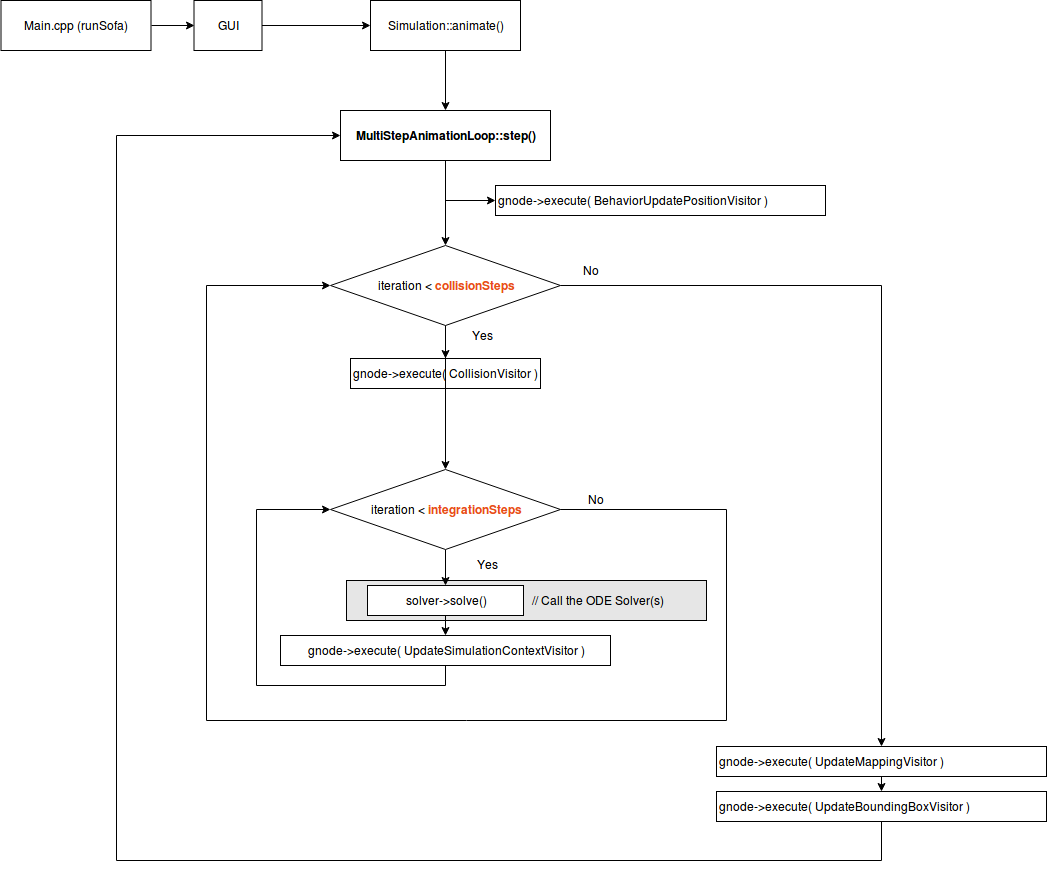
This is Images/animationloop/MultiStepAnimationLoop.png from sofa-framework/doc, a draw.io export, as it was before one commit. Source tidied: cells renumbered, new cells last; positions are measured from the earlier drawing's top-left corner, leaving out a move shared by most shapes.
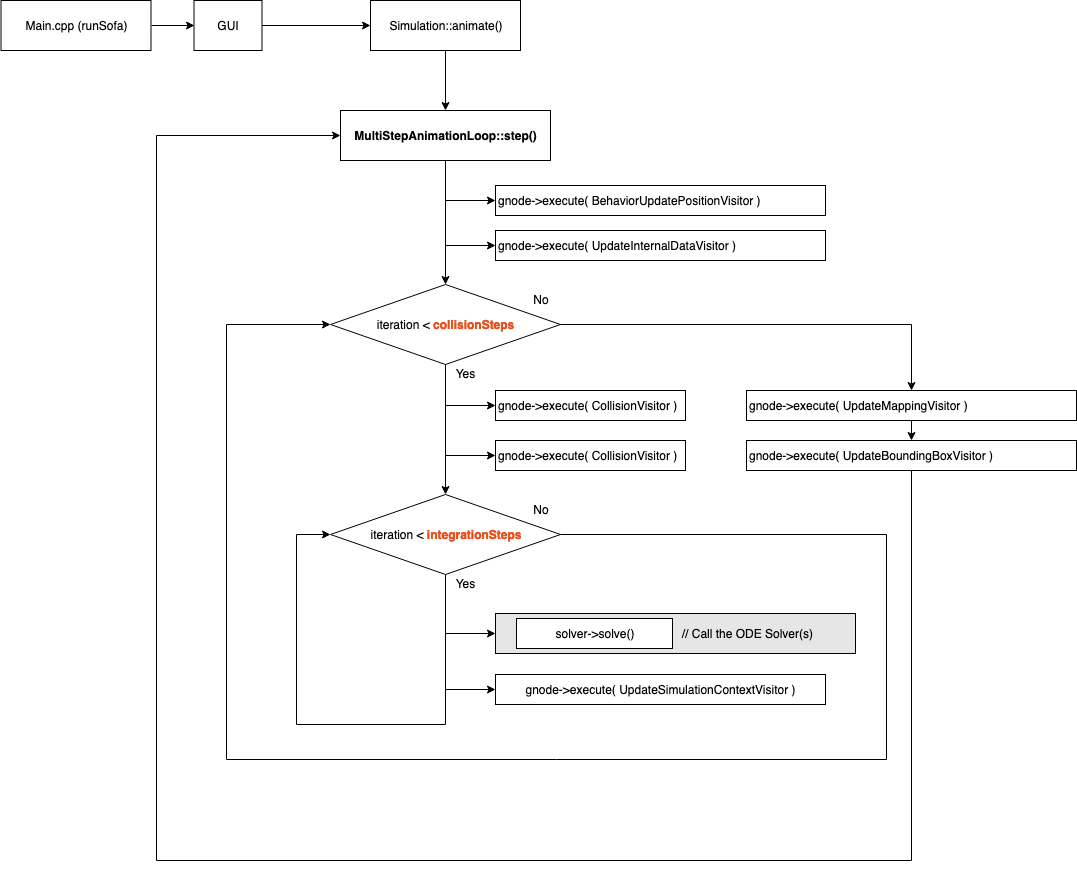
The same diagram one commit later.

Commit message:
update animation loops with internal update

Diff of the diagram source:
```diff
@@ -3,7 +3,7 @@
     <mxCell id="0" />
     <mxCell id="1" parent="0" />
     <mxCell id="2" value="&lt;blockquote&gt;&lt;div align=&quot;right&quot;&gt;// Call the ODE Solver(s)&lt;br&gt;&lt;/div&gt;&lt;/blockquote&gt;" style="rounded=0;whiteSpace=wrap;html=1;fillColor=#E6E6E6;align=right;" parent="1" vertex="1">
-      <mxGeometry x="346" y="580" width="360" height="40" as="geometry" />
+      <mxGeometry x="495" y="613" width="360" height="40" as="geometry" />
     </mxCell>
     <mxCell id="3" style="edgeStyle=orthogonalEdgeStyle;rounded=0;jettySize=auto;html=1;exitX=0.5;exitY=1;exitDx=0;exitDy=0;entryX=0;entryY=0.5;entryDx=0;entryDy=0;" parent="1" edge="1" source="5" target="6">
       <mxGeometry relative="1" as="geometry" />
@@ -11,29 +11,33 @@
     <mxCell id="4" style="edgeStyle=orthogonalEdgeStyle;rounded=0;jettySize=auto;html=1;entryX=0.5;entryY=0;entryDx=0;entryDy=0;" parent="1" edge="1" source="5" target="25">
       <mxGeometry relative="1" as="geometry" />
     </mxCell>
+    <mxCell id="33" style="edgeStyle=orthogonalEdgeStyle;rounded=0;jettySize=auto;html=1;entryX=0;entryY=0.5;entryDx=0;entryDy=0;" parent="1" edge="1" source="5" target="37">
+      <mxGeometry relative="1" as="geometry" />
+    </mxCell>
     <mxCell id="5" value="&lt;div&gt;MultiStepAnimationLoop::step()&lt;/div&gt;" style="rounded=0;whiteSpace=wrap;html=1;fontStyle=1;" parent="1" vertex="1">
       <mxGeometry x="340" y="110" width="210" height="50" as="geometry" />
     </mxCell>
     <mxCell id="6" value="gnode-&amp;gt;execute( BehaviorUpdatePositionVisitor )" style="rounded=0;whiteSpace=wrap;html=1;align=left;" parent="1" vertex="1">
       <mxGeometry x="495" y="185" width="330" height="30" as="geometry" />
     </mxCell>
-    <mxCell id="7" style="edgeStyle=orthogonalEdgeStyle;rounded=0;jettySize=auto;html=1;exitX=0.5;exitY=1;exitDx=0;exitDy=0;entryX=0;entryY=0.5;entryDx=0;entryDy=0;" parent="1" edge="1" source="8" target="30">
+    <mxCell id="7" style="edgeStyle=orthogonalEdgeStyle;rounded=0;jettySize=auto;html=1;entryX=0;entryY=0.5;entryDx=0;entryDy=0;" parent="1" edge="1" target="30">
       <mxGeometry relative="1" as="geometry">
+        <mxPoint x="445" y="580" as="sourcePoint" />
         <Array as="points">
-          <mxPoint x="445" y="685" />
-          <mxPoint x="256" y="685" />
-          <mxPoint x="256" y="509" />
+          <mxPoint x="445" y="724" />
+          <mxPoint x="296" y="724" />
+          <mxPoint x="296" y="534" />
         </Array>
       </mxGeometry>
     </mxCell>
     <mxCell id="8" value="&lt;div&gt;gnode-&amp;gt;execute( UpdateSimulationContextVisitor )&lt;/div&gt;" style="rounded=0;whiteSpace=wrap;html=1;align=center;" parent="1" vertex="1">
-      <mxGeometry x="280" y="635" width="330" height="30" as="geometry" />
+      <mxGeometry x="495" y="674" width="330" height="30" as="geometry" />
     </mxCell>
     <mxCell id="9" style="edgeStyle=orthogonalEdgeStyle;rounded=0;jettySize=auto;html=1;exitX=0.5;exitY=1;exitDx=0;exitDy=0;entryX=0.5;entryY=0;entryDx=0;entryDy=0;" parent="1" edge="1" source="10" target="21">
       <mxGeometry relative="1" as="geometry" />
     </mxCell>
     <mxCell id="10" value="&lt;div&gt;gnode-&amp;gt;execute( UpdateMappingVisitor )&lt;/div&gt;" style="rounded=0;whiteSpace=wrap;html=1;align=left;" parent="1" vertex="1">
-      <mxGeometry x="716" y="746" width="330" height="30" as="geometry" />
+      <mxGeometry x="746" y="390" width="330" height="30" as="geometry" />
     </mxCell>
     <mxCell id="11" style="edgeStyle=orthogonalEdgeStyle;rounded=0;jettySize=auto;html=1;entryX=0.5;entryY=0;entryDx=0;entryDy=0;" parent="1" edge="1" source="12" target="5">
       <mxGeometry relative="1" as="geometry" />
@@ -53,66 +57,75 @@
     <mxCell id="16" value="&lt;div&gt;GUI&lt;/div&gt;" style="rounded=0;whiteSpace=wrap;html=1;" parent="1" vertex="1">
       <mxGeometry x="193.5" width="68" height="50" as="geometry" />
     </mxCell>
+    <mxCell id="34" style="edgeStyle=orthogonalEdgeStyle;rounded=0;jettySize=auto;html=1;exitX=0.5;exitY=1;exitDx=0;exitDy=0;entryX=0;entryY=0.5;entryDx=0;entryDy=0;" parent="1" edge="1" source="25" target="35">
+      <mxGeometry relative="1" as="geometry" />
+    </mxCell>
     <mxCell id="17" value="&lt;div&gt;gnode-&amp;gt;execute( CollisionVisitor )&lt;/div&gt;" style="rounded=0;whiteSpace=wrap;html=1;align=left;" parent="1" vertex="1">
-      <mxGeometry x="350" y="358" width="190" height="30" as="geometry" />
+      <mxGeometry x="495" y="390" width="190" height="30" as="geometry" />
     </mxCell>
-    <mxCell id="18" style="edgeStyle=orthogonalEdgeStyle;rounded=0;jettySize=auto;html=1;exitX=0.5;exitY=1;exitDx=0;exitDy=0;entryX=0.5;entryY=0;entryDx=0;entryDy=0;" parent="1" edge="1" source="19" target="8">
-      <mxGeometry relative="1" as="geometry" />
-    </mxCell>
+    <mxCell id="35" value="&lt;div&gt;gnode-&amp;gt;execute( CollisionVisitor )&lt;/div&gt;" style="rounded=0;whiteSpace=wrap;html=1;align=left;" parent="1" vertex="1">
+      <mxGeometry x="495" y="440" width="190" height="30" as="geometry" />
+    </mxCell>
     <mxCell id="19" value="&lt;div&gt;&lt;div&gt;solver-&amp;gt;solve()&lt;/div&gt;&lt;/div&gt;" style="rounded=0;whiteSpace=wrap;html=1;align=center;" parent="1" vertex="1">
-      <mxGeometry x="367" y="585" width="156" height="30" as="geometry" />
+      <mxGeometry x="516" y="618" width="156" height="30" as="geometry" />
     </mxCell>
     <mxCell id="20" style="edgeStyle=orthogonalEdgeStyle;rounded=0;jettySize=auto;html=1;exitX=0.5;exitY=1;exitDx=0;exitDy=0;entryX=0;entryY=0.5;entryDx=0;entryDy=0;" parent="1" edge="1" source="21" target="5">
       <mxGeometry relative="1" as="geometry">
         <Array as="points">
-          <mxPoint x="881" y="860" />
-          <mxPoint x="116" y="860" />
-          <mxPoint x="116" y="135" />
+          <mxPoint x="911" y="860" />
+          <mxPoint x="156" y="860" />
+          <mxPoint x="156" y="135" />
         </Array>
       </mxGeometry>
     </mxCell>
     <mxCell id="21" value="&lt;div&gt;gnode-&amp;gt;execute( UpdateBoundingBoxVisitor )&lt;/div&gt;" style="rounded=0;whiteSpace=wrap;html=1;align=left;" parent="1" vertex="1">
-      <mxGeometry x="716" y="791" width="330" height="30" as="geometry" />
+      <mxGeometry x="746" y="440" width="330" height="30" as="geometry" />
     </mxCell>
-    <mxCell id="22" style="edgeStyle=orthogonalEdgeStyle;rounded=0;jettySize=auto;html=1;entryX=0.5;entryY=0;entryDx=0;entryDy=0;" parent="1" edge="1" source="25" target="17">
+    <mxCell id="22" style="edgeStyle=orthogonalEdgeStyle;rounded=0;jettySize=auto;html=1;entryX=0;entryY=0.5;entryDx=0;entryDy=0;" parent="1" edge="1" source="25" target="17">
       <mxGeometry relative="1" as="geometry" />
     </mxCell>
+    <mxCell id="24" style="edgeStyle=orthogonalEdgeStyle;rounded=0;jettySize=auto;html=1;exitX=1;exitY=0.5;exitDx=0;exitDy=0;entryX=0.5;entryY=0;entryDx=0;entryDy=0;" parent="1" edge="1" source="25" target="10">
+      <mxGeometry relative="1" as="geometry" />
+    </mxCell>
     <mxCell id="23" style="edgeStyle=orthogonalEdgeStyle;rounded=0;jettySize=auto;html=1;entryX=0.5;entryY=0;entryDx=0;entryDy=0;" parent="1" edge="1" source="25" target="30">
       <mxGeometry relative="1" as="geometry" />
     </mxCell>
-    <mxCell id="24" style="edgeStyle=orthogonalEdgeStyle;rounded=0;jettySize=auto;html=1;exitX=1;exitY=0.5;exitDx=0;exitDy=0;entryX=0.5;entryY=0;entryDx=0;entryDy=0;" parent="1" edge="1" source="25" target="10">
-      <mxGeometry relative="1" as="geometry" />
-    </mxCell>
     <mxCell id="25" value="iteration &amp;lt; &lt;font color=&quot;#E84E1B&quot;&gt;&lt;b&gt;collisionSteps&lt;/b&gt;&lt;/font&gt;" style="rhombus;whiteSpace=wrap;html=1;" parent="1" vertex="1">
-      <mxGeometry x="330" y="245" width="230" height="80" as="geometry" />
+      <mxGeometry x="330" y="284" width="230" height="80" as="geometry" />
     </mxCell>
     <mxCell id="26" value="Yes" style="text;html=1;strokeColor=none;fillColor=none;align=center;verticalAlign=middle;whiteSpace=wrap;rounded=0;" parent="1" vertex="1">
-      <mxGeometry x="461.5" y="325" width="40" height="20" as="geometry" />
+      <mxGeometry x="445" y="363" width="40" height="20" as="geometry" />
     </mxCell>
     <mxCell id="27" value="No" style="text;html=1;strokeColor=none;fillColor=none;align=center;verticalAlign=middle;whiteSpace=wrap;rounded=0;" parent="1" vertex="1">
-      <mxGeometry x="570" y="260" width="40" height="20" as="geometry" />
+      <mxGeometry x="520" y="289" width="40" height="20" as="geometry" />
     </mxCell>
-    <mxCell id="28" style="edgeStyle=orthogonalEdgeStyle;rounded=0;jettySize=auto;html=1;entryX=0.5;entryY=0;entryDx=0;entryDy=0;" parent="1" edge="1" source="30" target="19">
+    <mxCell id="28" style="edgeStyle=orthogonalEdgeStyle;rounded=0;jettySize=auto;html=1;entryX=0;entryY=0.5;entryDx=0;entryDy=0;" parent="1" edge="1" source="30" target="2">
       <mxGeometry relative="1" as="geometry" />
     </mxCell>
     <mxCell id="29" style="edgeStyle=orthogonalEdgeStyle;rounded=0;jettySize=auto;html=1;exitX=1;exitY=0.5;exitDx=0;exitDy=0;entryX=0;entryY=0.5;entryDx=0;entryDy=0;" parent="1" edge="1" source="30" target="25">
       <mxGeometry relative="1" as="geometry">
         <Array as="points">
-          <mxPoint x="726" y="509" />
-          <mxPoint x="726" y="720" />
-          <mxPoint x="206" y="720" />
-          <mxPoint x="206" y="285" />
+          <mxPoint x="886" y="534" />
+          <mxPoint x="886" y="759" />
+          <mxPoint x="226" y="759" />
+          <mxPoint x="226" y="324" />
         </Array>
       </mxGeometry>
     </mxCell>
+    <mxCell id="36" style="edgeStyle=orthogonalEdgeStyle;rounded=0;jettySize=auto;html=1;entryX=0;entryY=0.5;entryDx=0;entryDy=0;" parent="1" edge="1" source="30" target="8">
+      <mxGeometry relative="1" as="geometry" />
+    </mxCell>
     <mxCell id="30" value="iteration &amp;lt; &lt;font color=&quot;#E84E1B&quot;&gt;&lt;b&gt;integrationSteps&lt;/b&gt;&lt;/font&gt;" style="rhombus;whiteSpace=wrap;html=1;" parent="1" vertex="1">
-      <mxGeometry x="330" y="469" width="230" height="80" as="geometry" />
+      <mxGeometry x="330" y="494" width="230" height="80" as="geometry" />
     </mxCell>
     <mxCell id="31" value="Yes" style="text;html=1;strokeColor=none;fillColor=none;align=center;verticalAlign=middle;whiteSpace=wrap;rounded=0;" parent="1" vertex="1">
-      <mxGeometry x="466.5" y="554" width="40" height="20" as="geometry" />
+      <mxGeometry x="445" y="573" width="40" height="20" as="geometry" />
     </mxCell>
     <mxCell id="32" value="No" style="text;html=1;strokeColor=none;fillColor=none;align=center;verticalAlign=middle;whiteSpace=wrap;rounded=0;" parent="1" vertex="1">
-      <mxGeometry x="575" y="489" width="40" height="20" as="geometry" />
+      <mxGeometry x="520" y="499" width="40" height="20" as="geometry" />
     </mxCell>
+    <mxCell id="37" value="gnode-&amp;gt;execute( UpdateInternalDataVisitor )" style="rounded=0;whiteSpace=wrap;html=1;align=left;" parent="1" vertex="1">
+      <mxGeometry x="495" y="230" width="330" height="30" as="geometry" />
+    </mxCell>
   </root>
 </mxGraphModel>
```
